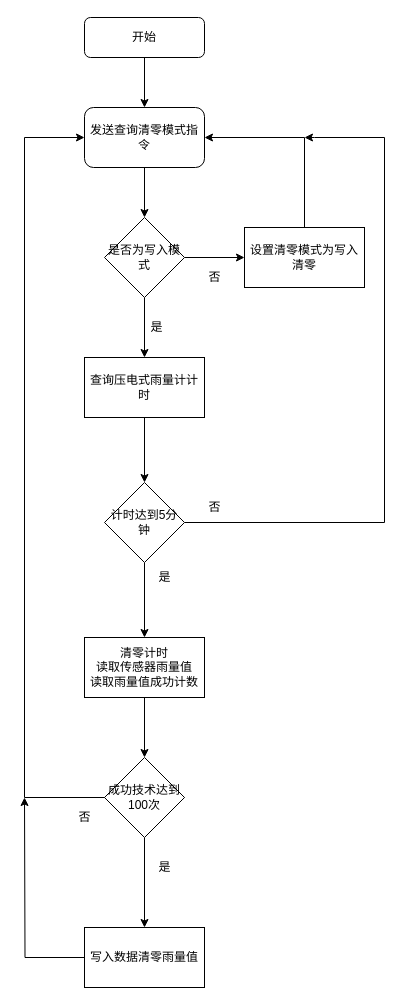
Before: 压电式雨量计操作流程.drawio in wanghongsilver/DrawIo, a draw.io diagram. Source tidied: cells renumbered, new cells numbered last; positions are measured from the earlier drawing's top-left corner, leaving out a move shared by most shapes. Both pictures are drawn from the tidied source at 100%, with x=0, y=0 at pixel (24, 17).
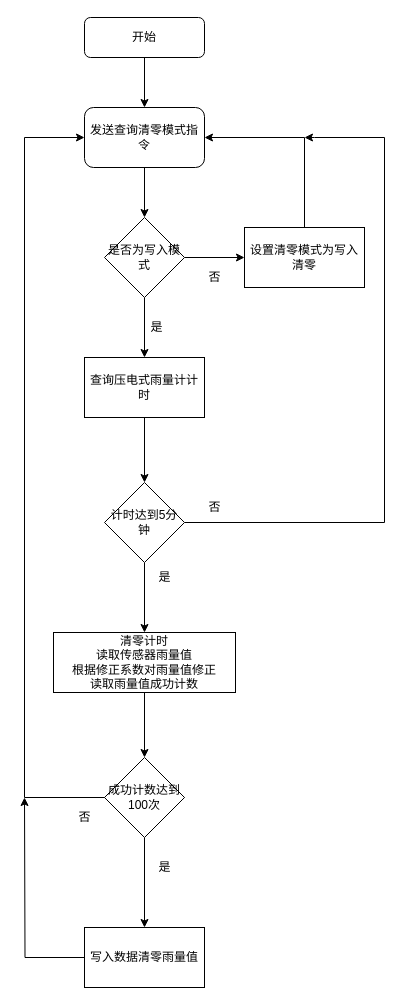
The same page after the edit.

Commit message (it also covers changes not shown here):
更新压电式雨量计操作流程.drawio

The edit, as a diff of the source:
```diff
@@
-    <mxCell id="17" value="&lt;div&gt;清零计时&lt;/div&gt;&lt;div&gt;读取传感器雨量值&lt;br&gt;&lt;/div&gt;&lt;div&gt;读取雨量值成功计数&lt;br&gt;&lt;/div&gt;" style="whiteSpace=wrap;html=1;" parent="1" vertex="1">
-      <mxGeometry x="60" y="620" width="120" height="60" as="geometry" />
+    <mxCell id="17" value="&lt;div&gt;清零计时&lt;/div&gt;&lt;div&gt;读取传感器雨量值&lt;/div&gt;&lt;div&gt;根据修正系数对雨量值修正&lt;br&gt;&lt;/div&gt;&lt;div&gt;读取雨量值成功计数&lt;br&gt;&lt;/div&gt;" style="whiteSpace=wrap;html=1;" parent="1" vertex="1">
+      <mxGeometry x="29" y="615" width="182" height="60" as="geometry" />
     </mxCell>
@@
-    <mxCell id="20" value="成功技术达到100次" style="rhombus;whiteSpace=wrap;html=1;" parent="1" vertex="1">
+    <mxCell id="20" value="成功计数达到100次" style="rhombus;whiteSpace=wrap;html=1;" parent="1" vertex="1">
       <mxGeometry x="80" y="740" width="80" height="80" as="geometry" />
     </mxCell>
```
